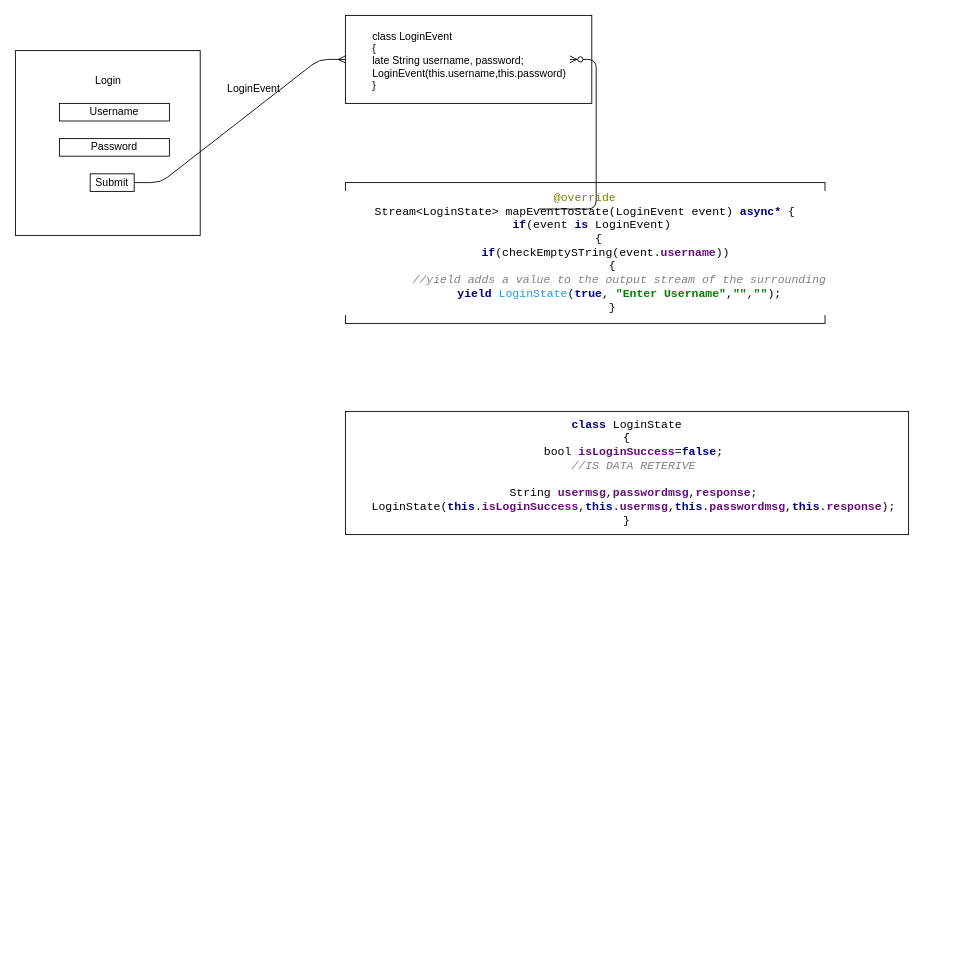
Rpsaini/dev1 keeps this draw.io diagram as Untitled Diagram.drawio. Above is the earlier version. Source tidied: cells renumbered, new cells numbered last; positions are measured from the earlier drawing's top-left corner, leaving out a move shared by most shapes. Both pictures are drawn from the tidied source at 88%, with x=0, y=0 at pixel (15, 15).
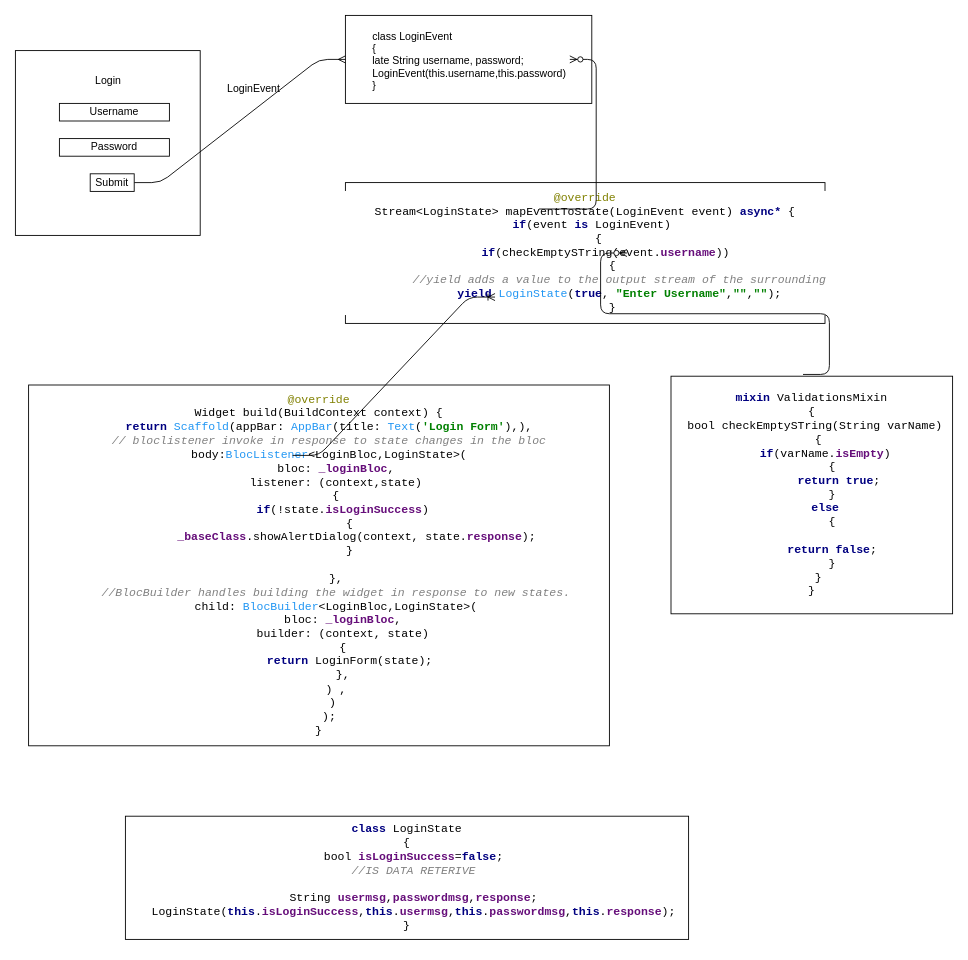
After the change.

Unchanged cells that the change refers to:
```xml
<mxCell id="5" value="&lt;pre style=&quot;background-color: #ffffff ; color: #000000 ; font-family: &amp;quot;consolas&amp;quot; , monospace ; font-size: 9.8pt&quot;&gt;&lt;span style=&quot;color: #808000&quot;&gt;@override&lt;br&gt;&lt;/span&gt;Stream&amp;lt;LoginState&amp;gt; mapEventToState(LoginEvent event) &lt;span style=&quot;color: #000080 ; font-weight: bold&quot;&gt;async* &lt;/span&gt;{&lt;br&gt;  &lt;span style=&quot;color: #000080 ; font-weight: bold&quot;&gt;if&lt;/span&gt;(event &lt;span style=&quot;color: #000080 ; font-weight: bold&quot;&gt;is &lt;/span&gt;LoginEvent)&lt;br&gt;    {&lt;br&gt;      &lt;span style=&quot;color: #000080 ; font-weight: bold&quot;&gt;if&lt;/span&gt;(checkEmptySTring(event.&lt;span style=&quot;color: #660e7a ; font-weight: bold&quot;&gt;username&lt;/span&gt;))&lt;br&gt;        {&lt;br&gt;          &lt;span style=&quot;color: #808080 ; font-style: italic&quot;&gt;//yield adds a value to the output stream of the surrounding&lt;br&gt;&lt;/span&gt;&lt;span style=&quot;color: #808080 ; font-style: italic&quot;&gt;          &lt;/span&gt;&lt;span style=&quot;color: #000080 ; font-weight: bold&quot;&gt;yield &lt;/span&gt;&lt;span style=&quot;color: #2196f3&quot;&gt;LoginState&lt;/span&gt;(&lt;span style=&quot;color: #000080 ; font-weight: bold&quot;&gt;true&lt;/span&gt;, &lt;span style=&quot;color: #008000 ; font-weight: bold&quot;&gt;&quot;Enter Username&quot;&lt;/span&gt;,&lt;span style=&quot;color: #008000 ; font-weight: bold&quot;&gt;&quot;&quot;&lt;/span&gt;,&lt;span style=&quot;color: #008000 ; font-weight: bold&quot;&gt;&quot;&quot;&lt;/span&gt;);&lt;br&gt;        }&lt;/pre&gt;" style="rounded=0;whiteSpace=wrap;html=1;" parent="1" vertex="1">
  <mxGeometry x="375" y="190" width="545" height="160" as="geometry" />
</mxCell>
```

The edit, as a diff of the source:
```diff
@@
     <mxCell id="3" value="&lt;pre style=&quot;background-color: #ffffff ; color: #000000 ; font-family: &amp;quot;consolas&amp;quot; , monospace ; font-size: 9.8pt&quot;&gt;&lt;span style=&quot;color: #000080 ; font-weight: bold&quot;&gt;class &lt;/span&gt;LoginState&lt;br&gt;{&lt;br&gt;  bool &lt;span style=&quot;color: #660e7a ; font-weight: bold&quot;&gt;isLoginSuccess&lt;/span&gt;=&lt;span style=&quot;color: #000080 ; font-weight: bold&quot;&gt;false&lt;/span&gt;;&lt;br&gt;  &lt;span style=&quot;color: #808080 ; font-style: italic&quot;&gt;//IS DATA RETERIVE&lt;br&gt;&lt;/span&gt;&lt;span style=&quot;color: #808080 ; font-style: italic&quot;&gt;&lt;br&gt;&lt;/span&gt;&lt;span style=&quot;color: #808080 ; font-style: italic&quot;&gt;  &lt;/span&gt;String &lt;span style=&quot;color: #660e7a ; font-weight: bold&quot;&gt;usermsg&lt;/span&gt;,&lt;span style=&quot;color: #660e7a ; font-weight: bold&quot;&gt;passwordmsg&lt;/span&gt;,&lt;span style=&quot;color: #660e7a ; font-weight: bold&quot;&gt;response&lt;/span&gt;;&lt;br&gt;  LoginState(&lt;span style=&quot;color: #000080 ; font-weight: bold&quot;&gt;this&lt;/span&gt;.&lt;span style=&quot;color: #660e7a ; font-weight: bold&quot;&gt;isLoginSuccess&lt;/span&gt;,&lt;span style=&quot;color: #000080 ; font-weight: bold&quot;&gt;this&lt;/span&gt;.&lt;span style=&quot;color: #660e7a ; font-weight: bold&quot;&gt;usermsg&lt;/span&gt;,&lt;span style=&quot;color: #000080 ; font-weight: bold&quot;&gt;this&lt;/span&gt;.&lt;span style=&quot;color: #660e7a ; font-weight: bold&quot;&gt;passwordmsg&lt;/span&gt;,&lt;span style=&quot;color: #000080 ; font-weight: bold&quot;&gt;this&lt;/span&gt;.&lt;span style=&quot;color: #660e7a ; font-weight: bold&quot;&gt;response&lt;/span&gt;);&lt;br&gt;}&lt;/pre&gt;" style="rounded=0;whiteSpace=wrap;html=1;" parent="1" vertex="1">
-      <mxGeometry x="375" y="450" width="640" height="140" as="geometry" />
+      <mxGeometry x="125" y="910" width="640" height="140" as="geometry" />
     </mxCell>
@@
+    <mxCell id="14" style="edgeStyle=entityRelationEdgeStyle;fontSize=12;html=1;endArrow=ERzeroToMany;endFill=1;" parent="1" edge="1">
+      <mxGeometry relative="1" as="geometry">
+        <mxPoint x="895" y="408" as="sourcePoint" />
+        <mxPoint x="695" y="270" as="targetPoint" />
+      </mxGeometry>
+    </mxCell>
+    <mxCell id="15" value="&lt;pre style=&quot;background-color: #ffffff ; color: #000000 ; font-family: &amp;quot;consolas&amp;quot; , monospace ; font-size: 9.8pt&quot;&gt;&lt;span style=&quot;color: #000080 ; font-weight: bold&quot;&gt;mixin &lt;/span&gt;ValidationsMixin&lt;br&gt;{&lt;br&gt; bool checkEmptySTring(String varName)&lt;br&gt;  {&lt;br&gt;    &lt;span style=&quot;color: #000080 ; font-weight: bold&quot;&gt;if&lt;/span&gt;(varName.&lt;span style=&quot;color: #660e7a ; font-weight: bold&quot;&gt;isEmpty&lt;/span&gt;)&lt;br&gt;      {&lt;br&gt;        &lt;span style=&quot;color: #000080 ; font-weight: bold&quot;&gt;return true&lt;/span&gt;;&lt;br&gt;      }&lt;br&gt;    &lt;span style=&quot;color: #000080 ; font-weight: bold&quot;&gt;else&lt;br&gt;&lt;/span&gt;&lt;span style=&quot;color: #000080 ; font-weight: bold&quot;&gt;      &lt;/span&gt;{&lt;br&gt;&lt;br&gt;      &lt;span style=&quot;color: #000080 ; font-weight: bold&quot;&gt;return false&lt;/span&gt;;&lt;br&gt;      }&lt;br&gt;  }&lt;br&gt;}&lt;/pre&gt;" style="whiteSpace=wrap;html=1;align=center;" parent="1" vertex="1">
+      <mxGeometry x="745" y="410" width="320" height="270" as="geometry" />
+    </mxCell>
+    <mxCell id="16" value="&lt;pre style=&quot;background-color: rgb(255 , 255 , 255) ; font-family: &amp;#34;consolas&amp;#34; , monospace ; font-size: 9.8pt&quot;&gt;&lt;span style=&quot;color: #808000&quot;&gt;@override&lt;br&gt;&lt;/span&gt;Widget build(BuildContext context) {&lt;br&gt;   &lt;span style=&quot;color: #000080 ; font-weight: bold&quot;&gt;return &lt;/span&gt;&lt;span style=&quot;color: #2196f3&quot;&gt;Scaffold&lt;/span&gt;(appBar: &lt;span style=&quot;color: #2196f3&quot;&gt;AppBar&lt;/span&gt;(title: &lt;span style=&quot;color: #2196f3&quot;&gt;Text&lt;/span&gt;(&lt;span style=&quot;color: #008000 ; font-weight: bold&quot;&gt;'Login Form'&lt;/span&gt;),),&lt;br&gt;   &lt;span style=&quot;color: #808080 ; font-style: italic&quot;&gt;// bloclistener invoke in response to state changes in the bloc&lt;br&gt;&lt;/span&gt;&lt;span style=&quot;color: #808080 ; font-style: italic&quot;&gt;   &lt;/span&gt;body:&lt;span style=&quot;color: #2196f3&quot;&gt;BlocListener&lt;/span&gt;&amp;lt;LoginBloc,LoginState&amp;gt;(&lt;br&gt;     bloc: &lt;span style=&quot;color: #660e7a ; font-weight: bold&quot;&gt;_loginBloc&lt;/span&gt;,&lt;br&gt;     listener: (context,state)&lt;br&gt;     {&lt;br&gt;       &lt;span style=&quot;color: #000080 ; font-weight: bold&quot;&gt;if&lt;/span&gt;(!state.&lt;span style=&quot;color: #660e7a ; font-weight: bold&quot;&gt;isLoginSuccess&lt;/span&gt;)&lt;br&gt;         {&lt;br&gt;           &lt;span style=&quot;color: #660e7a ; font-weight: bold&quot;&gt;_baseClass&lt;/span&gt;.showAlertDialog(context, state.&lt;span style=&quot;color: #660e7a ; font-weight: bold&quot;&gt;response&lt;/span&gt;);&lt;br&gt;         }&lt;br&gt;&lt;br&gt;     },&lt;br&gt;     &lt;span style=&quot;color: #808080 ; font-style: italic&quot;&gt;//BlocBuilder handles building the widget in response to new states.&lt;br&gt;&lt;/span&gt;&lt;span style=&quot;color: #808080 ; font-style: italic&quot;&gt;     &lt;/span&gt;child: &lt;span style=&quot;color: #2196f3&quot;&gt;BlocBuilder&lt;/span&gt;&amp;lt;LoginBloc,LoginState&amp;gt;(&lt;br&gt;       bloc: &lt;span style=&quot;color: #660e7a ; font-weight: bold&quot;&gt;_loginBloc&lt;/span&gt;,&lt;br&gt;       builder: (context, state)&lt;br&gt;       {&lt;br&gt;         &lt;span style=&quot;color: #000080 ; font-weight: bold&quot;&gt;return &lt;/span&gt;LoginForm(state);&lt;br&gt;       },&lt;br&gt;     ) ,&lt;br&gt;    )&lt;br&gt;   );&lt;br&gt;}&lt;/pre&gt;" style="whiteSpace=wrap;html=1;align=center;" parent="1" vertex="1">
+      <mxGeometry x="15" y="420" width="660" height="410" as="geometry" />
+    </mxCell>
+    <mxCell id="17" style="edgeStyle=entityRelationEdgeStyle;fontSize=12;html=1;endArrow=ERoneToMany;entryX=0.312;entryY=0.813;entryDx=0;entryDy=0;entryPerimeter=0;" parent="1" edge="1" target="5">
+      <mxGeometry relative="1" as="geometry">
+        <mxPoint x="315" y="500" as="sourcePoint" />
+      </mxGeometry>
+    </mxCell>
```
